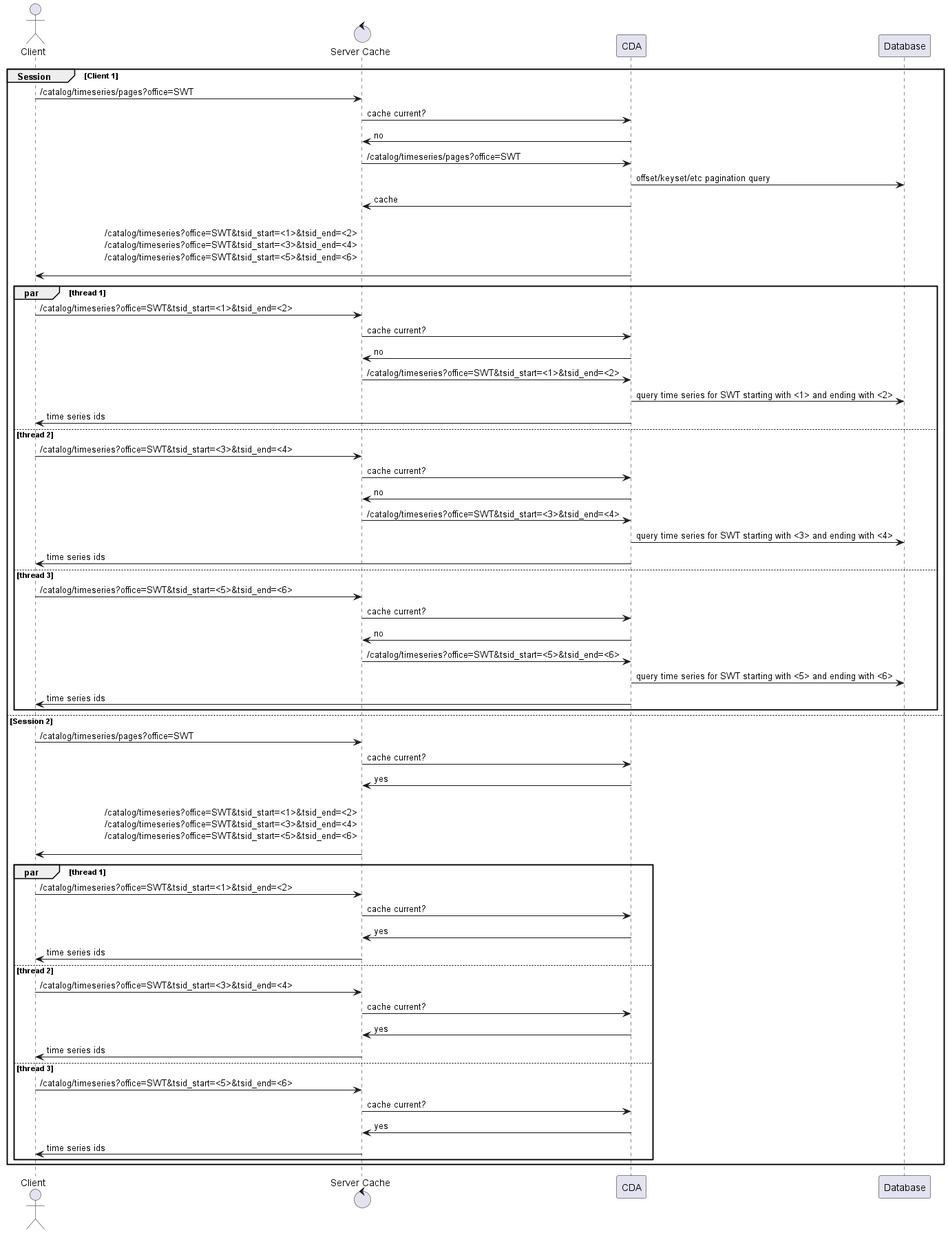
USACE/cwms-data-api keeps this PlantUML diagram as docs/plantuml/paging/paging_endpoint.png. Above is the earlier version. Its diagram source:
```plantuml
@startuml

actor Client as "Client"
control ReverseProxy as "Server Cache"
group Session [Client 1]
    Client -> ReverseProxy: /catalog/timeseries/pages?office=SWT
    ReverseProxy -> CDA: cache current?
    CDA -> ReverseProxy: no
    ReverseProxy -> CDA: /catalog/timeseries/pages?office=SWT
    CDA -> Database: offset/keyset/etc pagination query
    CDA -> ReverseProxy: cache
    CDA -> Client: \n                     /catalog/timeseries?office=SWT&tsid_start=<1>&tsid_end=<2>\n                     /catalog/timeseries?office=SWT&tsid_start=<3>&tsid_end=<4>\n                     /catalog/timeseries?office=SWT&tsid_start=<5>&tsid_end=<6>\n
    par thread 1
        Client -> ReverseProxy: /catalog/timeseries?office=SWT&tsid_start=<1>&tsid_end=<2>
        ReverseProxy -> CDA: cache current?
        CDA -> ReverseProxy: no
        ReverseProxy -> CDA: /catalog/timeseries?office=SWT&tsid_start=<1>&tsid_end=<2>
        CDA -> Database: query time series for SWT starting with <1> and ending with <2>
        CDA -> Client: time series ids
    else thread 2
        Client -> ReverseProxy: /catalog/timeseries?office=SWT&tsid_start=<3>&tsid_end=<4>
        ReverseProxy -> CDA: cache current?
        CDA -> ReverseProxy: no
        ReverseProxy -> CDA: /catalog/timeseries?office=SWT&tsid_start=<3>&tsid_end=<4>
        CDA -> Database: query time series for SWT starting with <3> and ending with <4>
        CDA -> Client: time series ids
    else thread 3
        Client -> ReverseProxy: /catalog/timeseries?office=SWT&tsid_start=<5>&tsid_end=<6>
        ReverseProxy -> CDA: cache current?
        CDA -> ReverseProxy: no
        ReverseProxy -> CDA: /catalog/timeseries?office=SWT&tsid_start=<5>&tsid_end=<6>
        CDA -> Database: query time series for SWT starting with <5> and ending with <6>
        CDA -> Client: time series ids
    end
else Session 2
    Client -> ReverseProxy: /catalog/timeseries/pages?office=SWT
    ReverseProxy -> CDA: cache current?
    CDA -> ReverseProxy: yes
    ReverseProxy -> Client: \n                     /catalog/timeseries?office=SWT&tsid_start=<1>&tsid_end=<2>\n                     /catalog/timeseries?office=SWT&tsid_start=<3>&tsid_end=<4>\n                     /catalog/timeseries?office=SWT&tsid_start=<5>&tsid_end=<6>\n
    par thread 1
        Client -> ReverseProxy: /catalog/timeseries?office=SWT&tsid_start=<1>&tsid_end=<2>
        ReverseProxy -> CDA: cache current?
        CDA -> ReverseProxy: yes
        ReverseProxy -> Client: time series ids
    else thread 2
        Client -> ReverseProxy: /catalog/timeseries?office=SWT&tsid_start=<3>&tsid_end=<4>
        ReverseProxy -> CDA: cache current?
        CDA -> ReverseProxy: yes
        ReverseProxy -> Client: time series ids
    else thread 3
        Client -> ReverseProxy: /catalog/timeseries?office=SWT&tsid_start=<5>&tsid_end=<6>
        ReverseProxy -> CDA: cache current?
        CDA -> ReverseProxy: yes
        ReverseProxy -> Client: time series ids
    end
end
@enduml
```
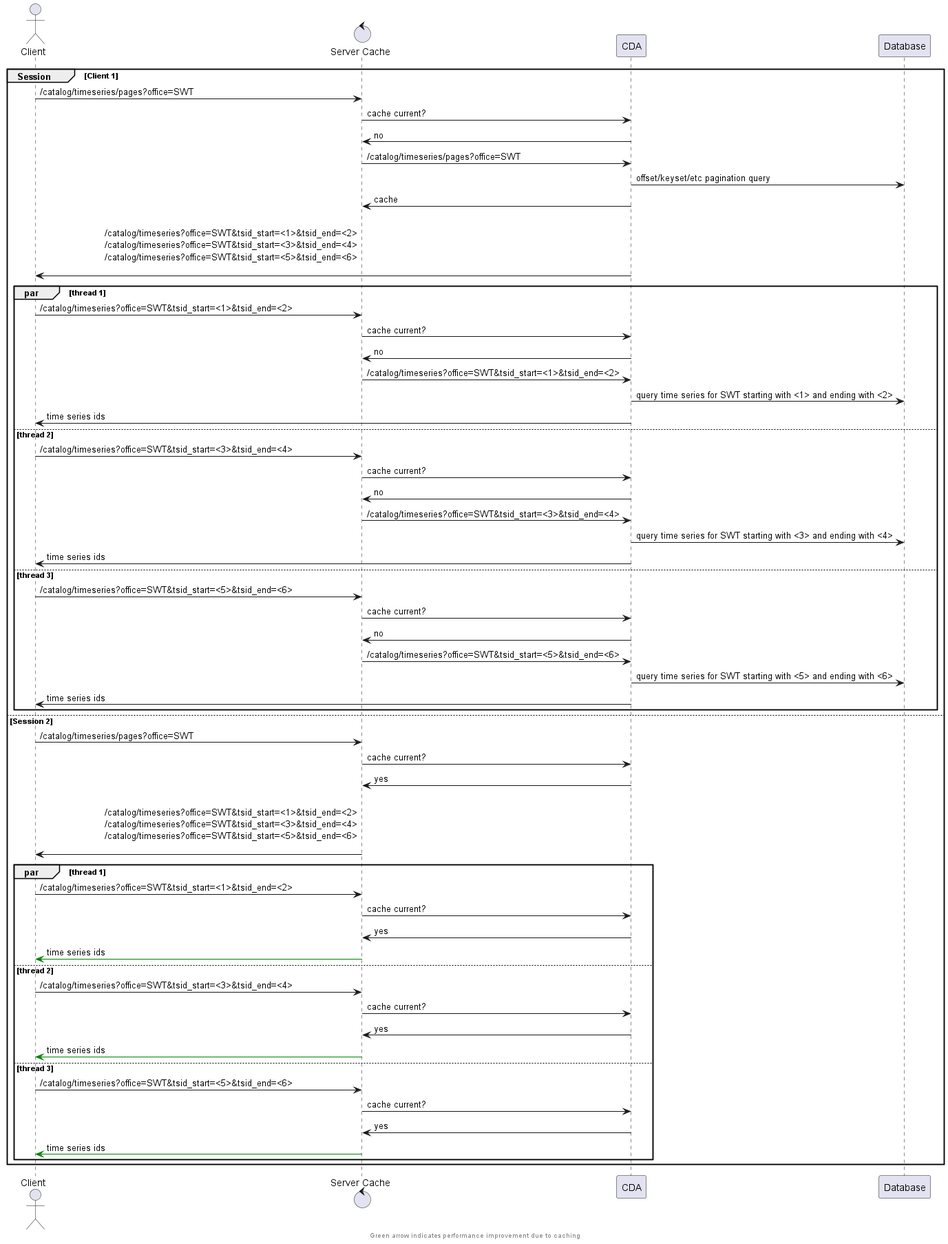
Above is the later version.

The edit, as a diff of the source:
```diff
@@ -41,17 +41,19 @@
         Client -> ReverseProxy: /catalog/timeseries?office=SWT&tsid_start=<1>&tsid_end=<2>
         ReverseProxy -> CDA: cache current?
         CDA -> ReverseProxy: yes
-        ReverseProxy -> Client: time series ids
+        ReverseProxy -[#green]> Client: time series ids
     else thread 2
         Client -> ReverseProxy: /catalog/timeseries?office=SWT&tsid_start=<3>&tsid_end=<4>
         ReverseProxy -> CDA: cache current?
         CDA -> ReverseProxy: yes
-        ReverseProxy -> Client: time series ids
+        ReverseProxy -[#green]> Client: time series ids
     else thread 3
         Client -> ReverseProxy: /catalog/timeseries?office=SWT&tsid_start=<5>&tsid_end=<6>
         ReverseProxy -> CDA: cache current?
         CDA -> ReverseProxy: yes
-        ReverseProxy -> Client: time series ids
+        ReverseProxy -[#green]> Client: time series ids
     end
 end
+
+footer Green arrow indicates performance improvement due to caching
 @enduml
```
